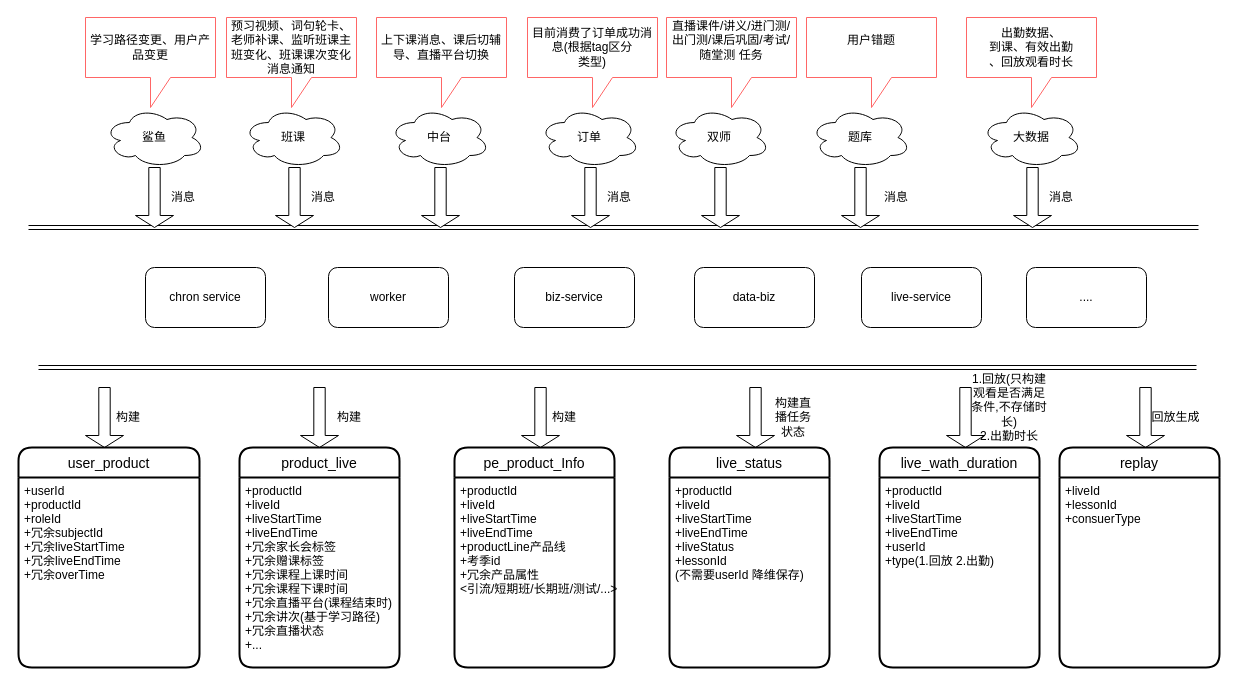
This is Untitled Diagram.drawio from 748349009/articles, a draw.io file, before an edit. Source tidied: cells renumbered, new cells numbered last; positions are measured from the earlier drawing's top-left corner, leaving out a move shared by most shapes. Both pictures are drawn from the tidied source at 100%, with x=0, y=0 at pixel (18, 17).
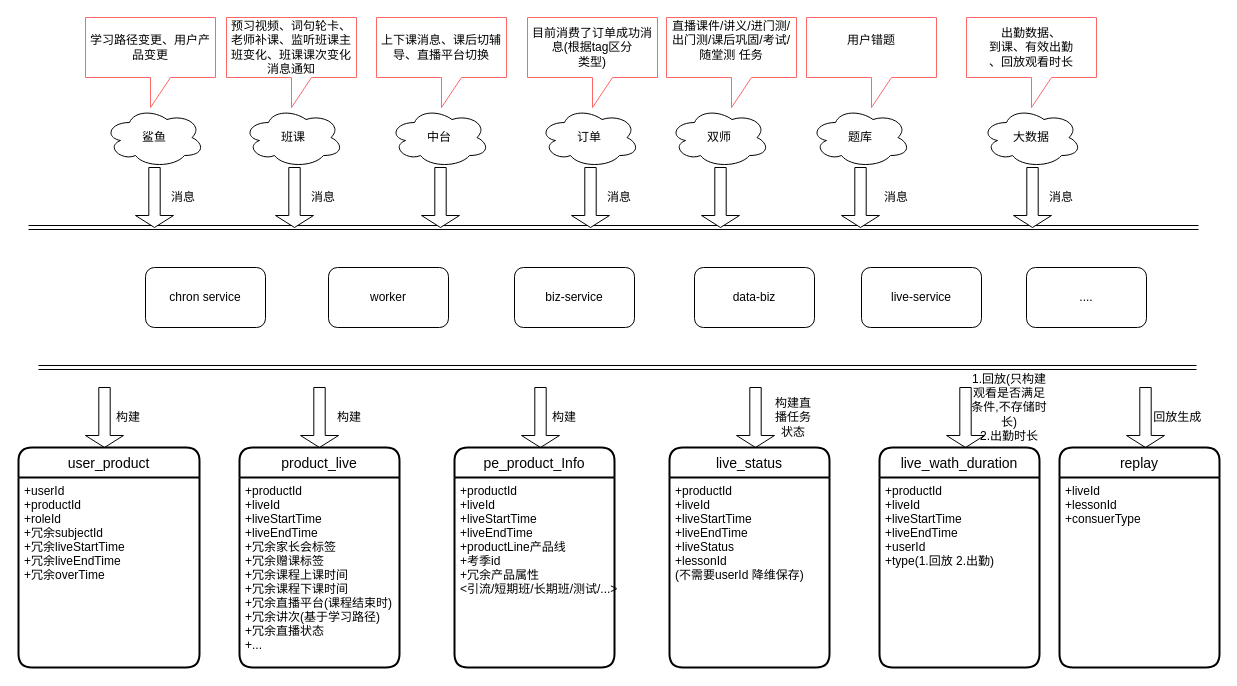
Above is the later version.

Diff of the diagram source:
```diff
@@
-    <mxCell id="48" value="回放生成" style="text;html=1;strokeColor=none;fillColor=none;align=center;verticalAlign=middle;whiteSpace=wrap;rounded=0;" parent="1" vertex="1">
+    <mxCell id="48" value="&amp;nbsp;回放生成" style="text;html=1;strokeColor=none;fillColor=none;align=center;verticalAlign=middle;whiteSpace=wrap;rounded=0;" parent="1" vertex="1">
       <mxGeometry x="1130" y="390" width="55" height="20" as="geometry" />
     </mxCell>
```
